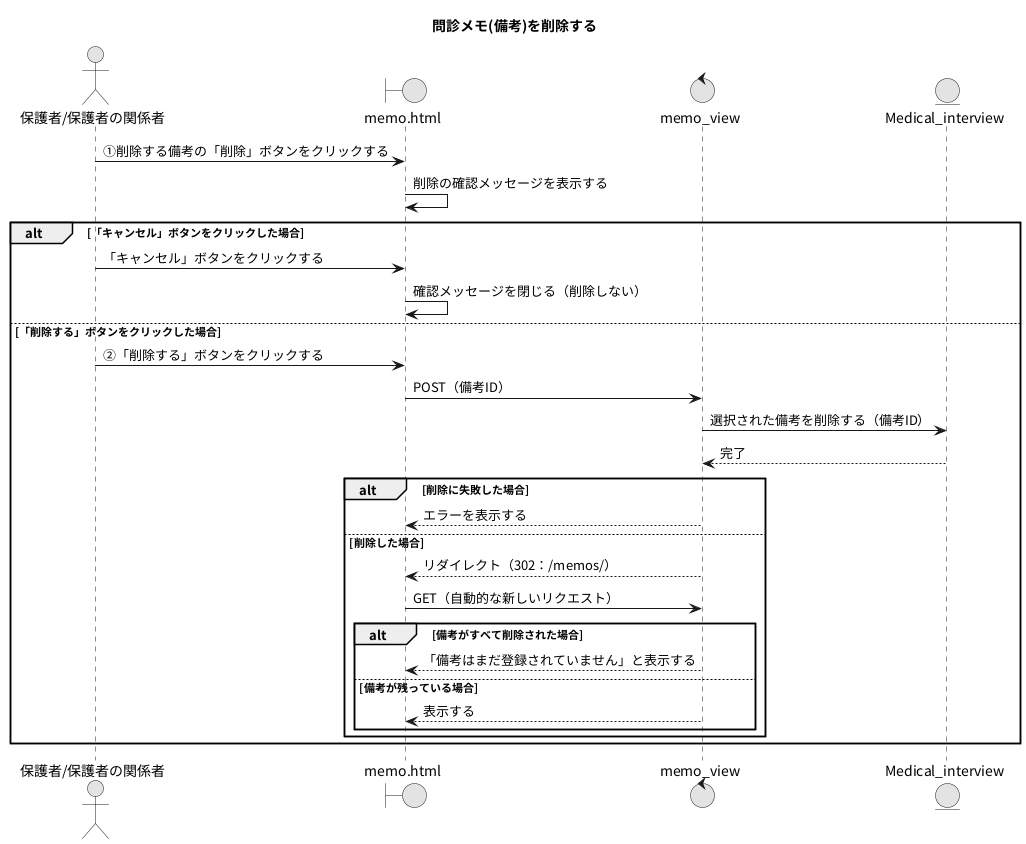
Earlier version of the PlantUML export PNG/21_問診メモ(備考)を削除する.png (Ma2naga190330/26_sotugyou_puml). Its diagram source:
```plantuml
@startuml
title 問診メモ(備考)を削除する
skinparam defaultFontName "Noto Sans CJK JP"
skinparam monochrome true

actor "保護者/保護者の関係者" as A
boundary "memo.html" as MP
control "memo_view" as MV
entity "Medical_interview" as MIM

A -> MP : ①削除する備考の「削除」ボタンをクリックする
MP -> MP : 削除の確認メッセージを表示する

alt 「キャンセル」ボタンをクリックした場合
  A -> MP : 「キャンセル」ボタンをクリックする
  MP -> MP : 確認メッセージを閉じる（削除しない）
else 「削除する」ボタンをクリックした場合
  A -> MP : ②「削除する」ボタンをクリックする
  MP -> MV : POST（備考ID）
  MV -> MIM : 選択された備考を削除する（備考ID）
  MV <-- MIM : 完了
  alt 削除に失敗した場合
    MV --> MP : エラーを表示する
  else 削除した場合
    MV --> MP : リダイレクト（302：/memos/）
    MP -> MV : GET（自動的な新しいリクエスト）
    alt 備考がすべて削除された場合
      MV --> MP : 「備考はまだ登録されていません」と表示する
    else 備考が残っている場合
      MV --> MP : 表示する
    end
  end
end
@enduml
```
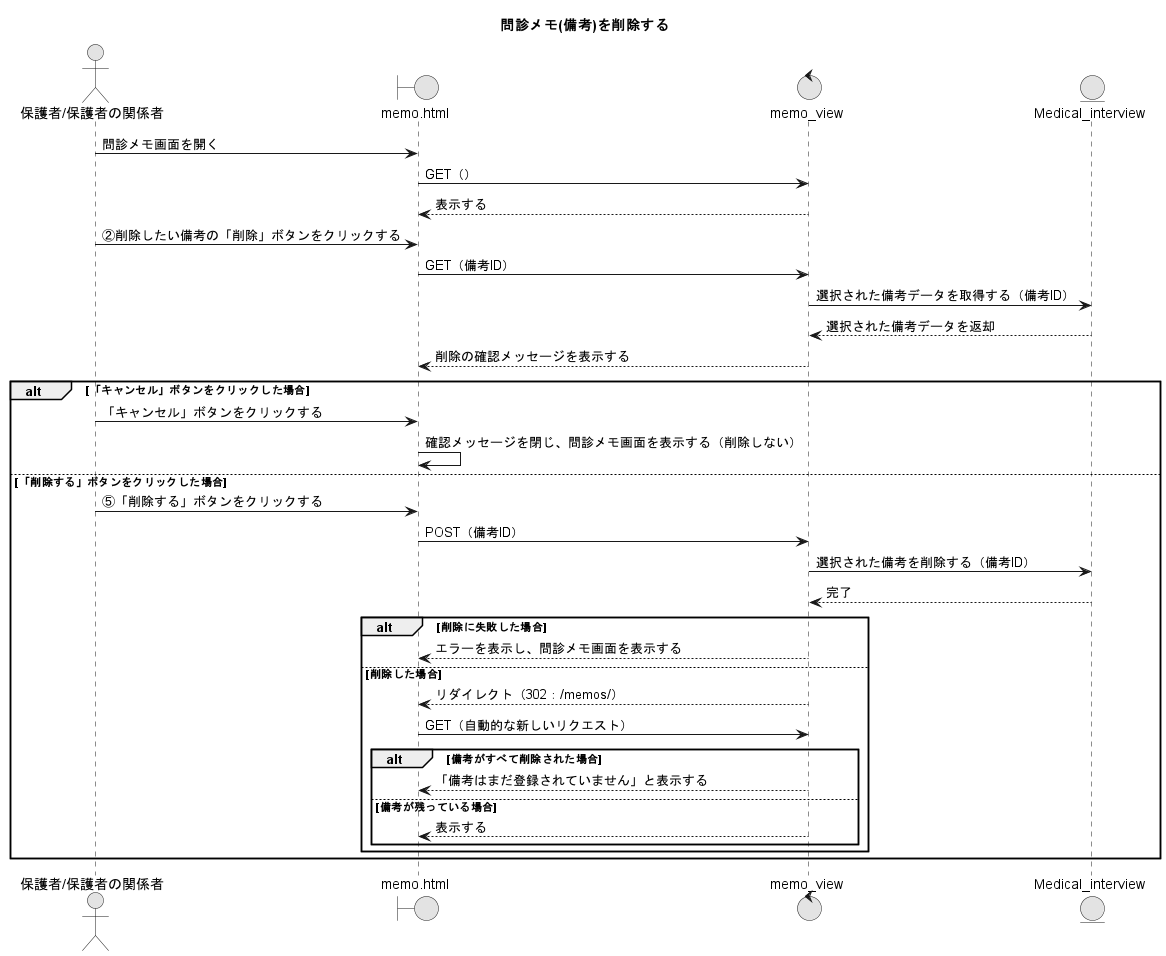
The same diagram one commit later.

Diff of the diagram source:
```diff
@@ -8,19 +8,26 @@
 control "memo_view" as MV
 entity "Medical_interview" as MIM
 
-A -> MP : ①削除する備考の「削除」ボタンをクリックする
-MP -> MP : 削除の確認メッセージを表示する
+A -> MP : 問診メモ画面を開く
+MP -> MV : GET（）
+MV --> MP : 表示する
+
+A -> MP : ②削除したい備考の「削除」ボタンをクリックする
+MP -> MV : GET（備考ID）
+MV -> MIM : 選択された備考データを取得する（備考ID）
+MV <-- MIM : 選択された備考データを返却
+MV --> MP : 削除の確認メッセージを表示する
 
 alt 「キャンセル」ボタンをクリックした場合
   A -> MP : 「キャンセル」ボタンをクリックする
-  MP -> MP : 確認メッセージを閉じる（削除しない）
+  MP -> MP : 確認メッセージを閉じ、問診メモ画面を表示する（削除しない）
 else 「削除する」ボタンをクリックした場合
-  A -> MP : ②「削除する」ボタンをクリックする
+  A -> MP : ⑤「削除する」ボタンをクリックする
   MP -> MV : POST（備考ID）
   MV -> MIM : 選択された備考を削除する（備考ID）
   MV <-- MIM : 完了
   alt 削除に失敗した場合
-    MV --> MP : エラーを表示する
+    MV --> MP : エラーを表示し、問診メモ画面を表示する
   else 削除した場合
     MV --> MP : リダイレクト（302：/memos/）
     MP -> MV : GET（自動的な新しいリクエスト）
```
